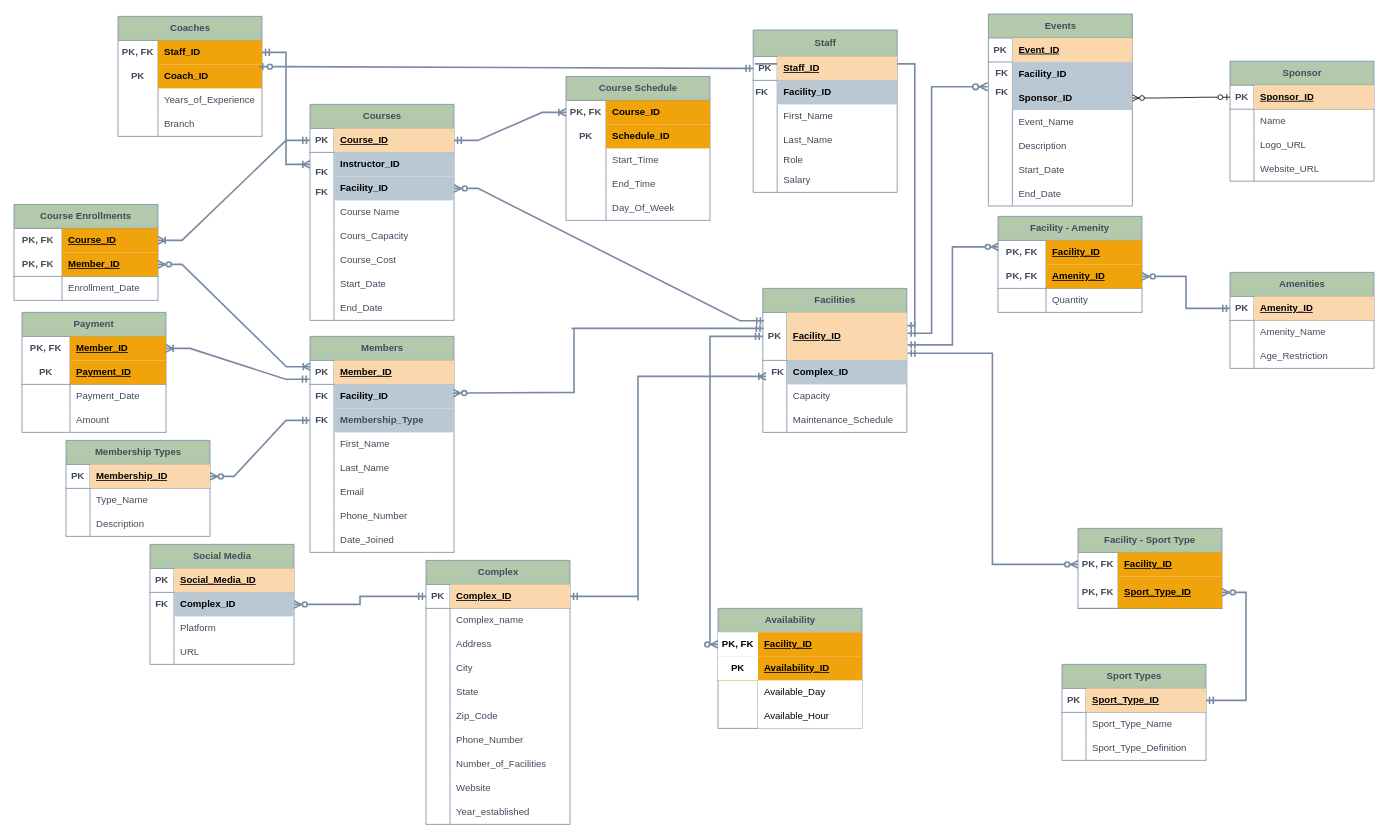
PloKoon68/Sport-Complexes-Management-System-Database keeps this draw.io diagram as cardinality/cardinality.drawio. Above is the earlier version. Source tidied: cells renumbered, new cells numbered last; positions are measured from the earlier drawing's top-left corner, leaving out a move shared by most shapes. Both pictures are drawn from the tidied source at 80%, with x=0, y=0 at pixel (14, 14).
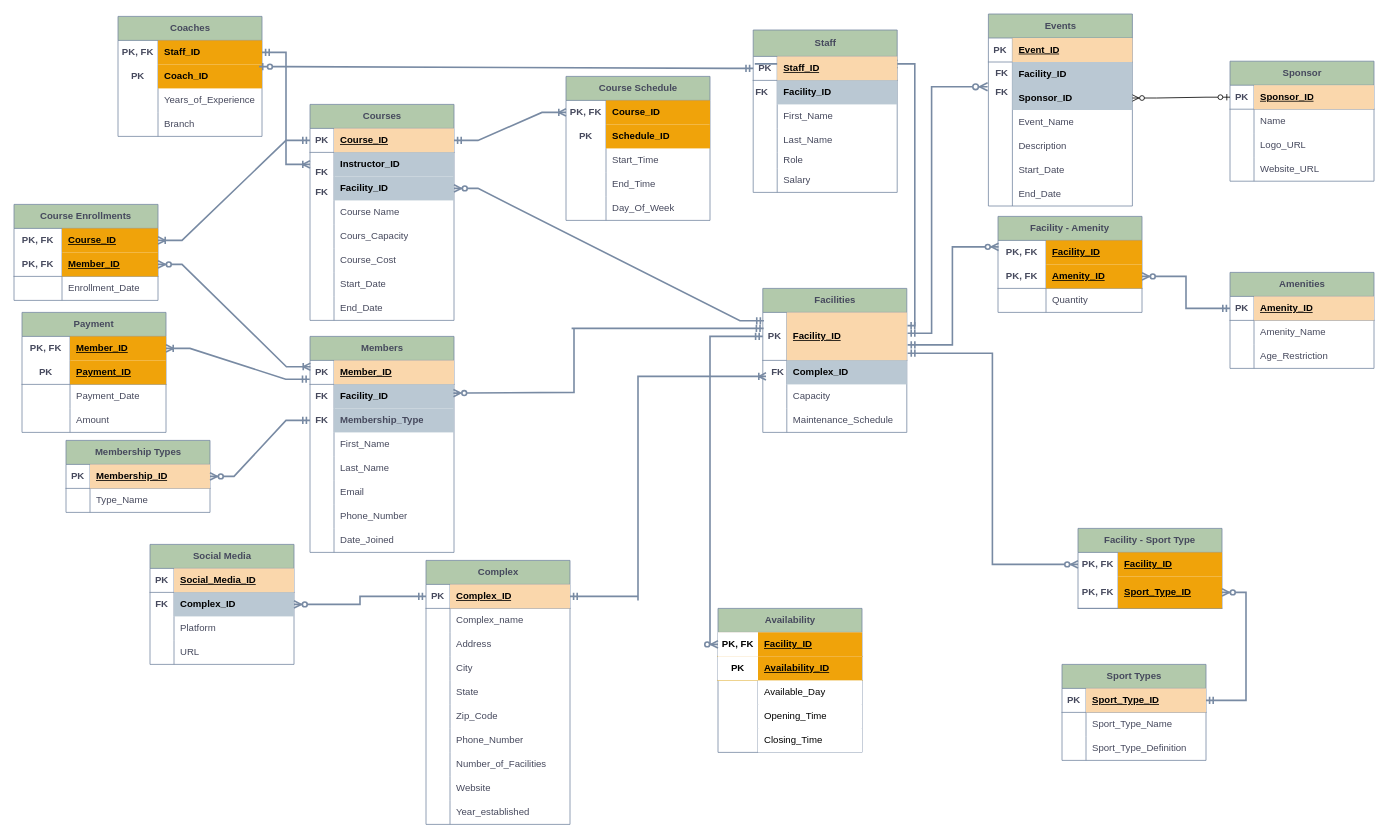
After the change.

The edit, as a diff of the source:
```diff
@@
     <mxCell id="33" value="Availability" style="shape=table;startSize=30;childLayout=tableLayout;rowLines=0;fontStyle=1;align=center;html=1;labelBackgroundColor=none;fillColor=#B2C9AB;strokeColor=#788AA3;fontColor=#46495D;" parent="1" vertex="1">
-      <mxGeometry x="880" y="743" width="180" height="150" as="geometry" />
+      <mxGeometry x="880" y="743" width="180" height="180" as="geometry" />
     </mxCell>
@@
+    <mxCell id="262" style="shape=tableRow;horizontal=0;startSize=0;swimlaneHead=0;swimlaneBody=0;fillColor=none;top=0;left=0;right=0;bottom=0;labelBackgroundColor=none;strokeColor=#788AA3;fontColor=#46495D;" parent="33" vertex="1">
+      <mxGeometry y="90" width="180" height="30" as="geometry" />
+    </mxCell>
+    <mxCell id="307" style="shape=partialRectangle;fillColor=none;top=0;left=0;bottom=0;right=0;overflow=hidden;whiteSpace=wrap;html=1;labelBackgroundColor=none;strokeColor=#788AA3;fontColor=#46495D;" parent="262" vertex="1">
+      <mxGeometry width="50" height="30" as="geometry" />
+    </mxCell>
+    <mxCell id="308" value="Available_Day" style="shape=partialRectangle;top=0;left=0;bottom=0;right=0;align=left;spacingLeft=6;overflow=hidden;whiteSpace=wrap;html=1;labelBackgroundColor=none;" parent="262" vertex="1">
+      <mxGeometry x="50" width="130" height="30" as="geometry" />
+    </mxCell>
     <mxCell id="40" style="shape=tableRow;horizontal=0;startSize=0;swimlaneHead=0;swimlaneBody=0;fillColor=none;top=0;left=0;right=0;bottom=0;labelBackgroundColor=none;strokeColor=#788AA3;fontColor=#46495D;" parent="33" vertex="1">
-      <mxGeometry y="90" width="180" height="30" as="geometry" />
+      <mxGeometry y="120" width="180" height="30" as="geometry" />
     </mxCell>
@@
-    <mxCell id="42" value="Available_Day" style="shape=partialRectangle;top=0;left=0;bottom=0;right=0;align=left;spacingLeft=6;overflow=hidden;whiteSpace=wrap;html=1;labelBackgroundColor=none;" parent="40" vertex="1">
+    <mxCell id="42" value="Opening_Time" style="shape=partialRectangle;top=0;left=0;bottom=0;right=0;align=left;spacingLeft=6;overflow=hidden;whiteSpace=wrap;html=1;labelBackgroundColor=none;" parent="40" vertex="1">
       <mxGeometry x="50" width="130" height="30" as="geometry" />
     </mxCell>
     <mxCell id="43" style="shape=tableRow;horizontal=0;startSize=0;swimlaneHead=0;swimlaneBody=0;fillColor=none;top=0;left=0;right=0;bottom=0;labelBackgroundColor=none;strokeColor=#788AA3;fontColor=#46495D;" parent="33" vertex="1">
-      <mxGeometry y="120" width="180" height="30" as="geometry" />
+      <mxGeometry y="150" width="180" height="30" as="geometry" />
     </mxCell>
@@
-    <mxCell id="45" value="Available_Hour" style="shape=partialRectangle;top=0;left=0;bottom=0;right=0;align=left;spacingLeft=6;overflow=hidden;whiteSpace=wrap;html=1;labelBackgroundColor=none;" parent="43" vertex="1">
+    <mxCell id="45" value="Closing_Time" style="shape=partialRectangle;top=0;left=0;bottom=0;right=0;align=left;spacingLeft=6;overflow=hidden;whiteSpace=wrap;html=1;labelBackgroundColor=none;" parent="43" vertex="1">
       <mxGeometry x="50" width="130" height="30" as="geometry" />
     </mxCell>
@@
     <mxCell id="255" value="Membership Types" style="shape=table;startSize=30;childLayout=tableLayout;rowLines=0;fontStyle=1;align=center;html=1;labelBackgroundColor=none;fillColor=#B2C9AB;strokeColor=#788AA3;fontColor=#46495D;" parent="1" vertex="1">
-      <mxGeometry x="65" y="533" width="180" height="120" as="geometry" />
+      <mxGeometry x="65" y="533" width="180" height="90" as="geometry" />
     </mxCell>
@@
-    <mxCell id="262" style="shape=tableRow;horizontal=0;startSize=0;swimlaneHead=0;swimlaneBody=0;fillColor=none;top=0;left=0;right=0;bottom=0;labelBackgroundColor=none;strokeColor=#788AA3;fontColor=#46495D;" parent="255" vertex="1">
-      <mxGeometry y="90" width="180" height="30" as="geometry" />
-    </mxCell>
-    <mxCell id="263" style="shape=partialRectangle;fillColor=none;top=0;left=0;bottom=0;right=0;overflow=hidden;whiteSpace=wrap;html=1;labelBackgroundColor=none;strokeColor=#788AA3;fontColor=#46495D;" parent="262" vertex="1">
-      <mxGeometry width="30" height="30" as="geometry" />
-    </mxCell>
-    <mxCell id="264" value="Description" style="shape=partialRectangle;fillColor=none;top=0;left=0;bottom=0;right=0;align=left;spacingLeft=6;overflow=hidden;whiteSpace=wrap;html=1;labelBackgroundColor=none;strokeColor=#788AA3;fontColor=#46495D;" parent="262" vertex="1">
-      <mxGeometry x="30" width="150" height="30" as="geometry" />
-    </mxCell>
```
